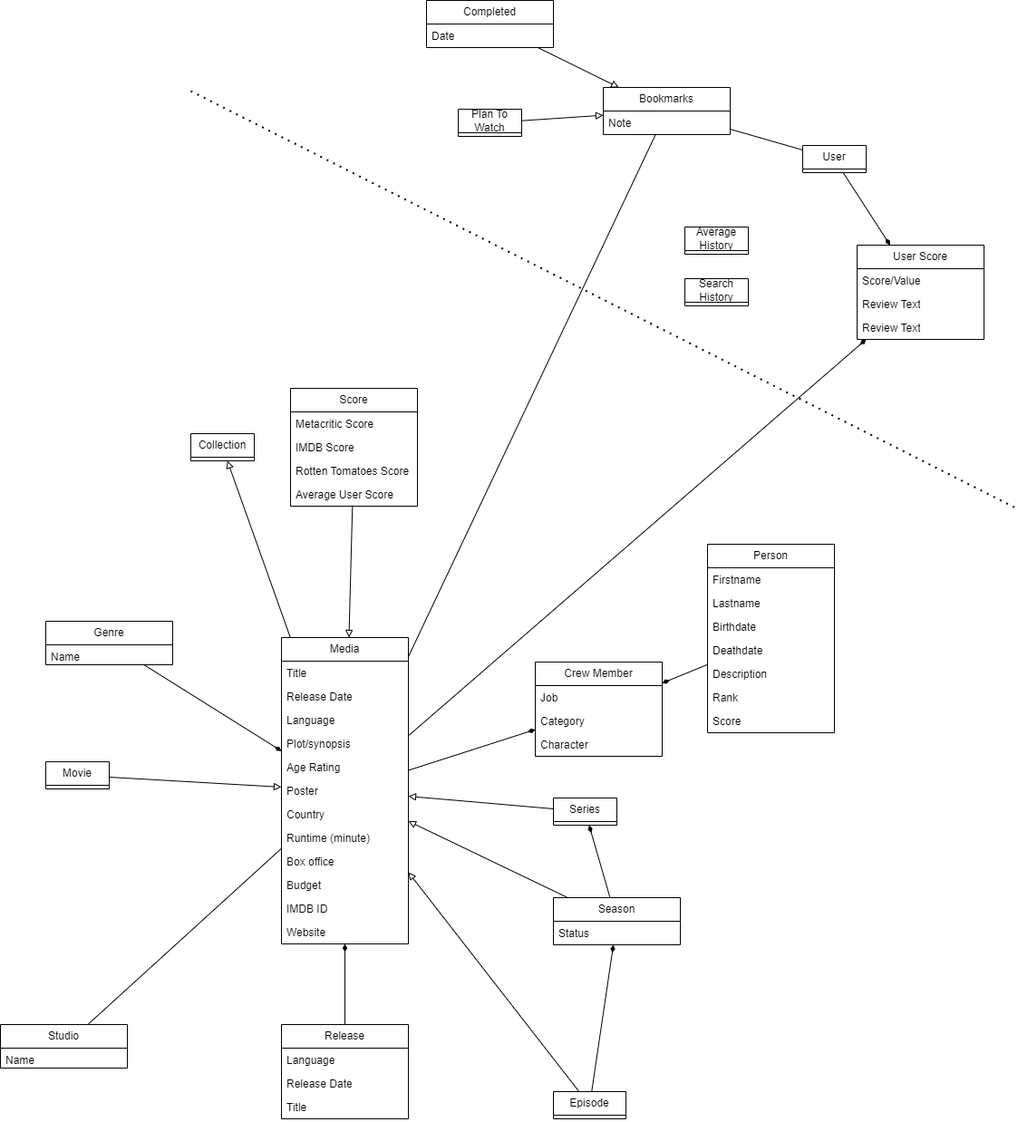
The draw.io diagram domain_model.drawio.png in RUC-MSc-CS-CIT-2024/portfolio_subproject_1, before a commit. Source tidied: cells renumbered, new cells last; positions are measured from the earlier drawing's top-left corner, leaving out a move shared by most shapes.
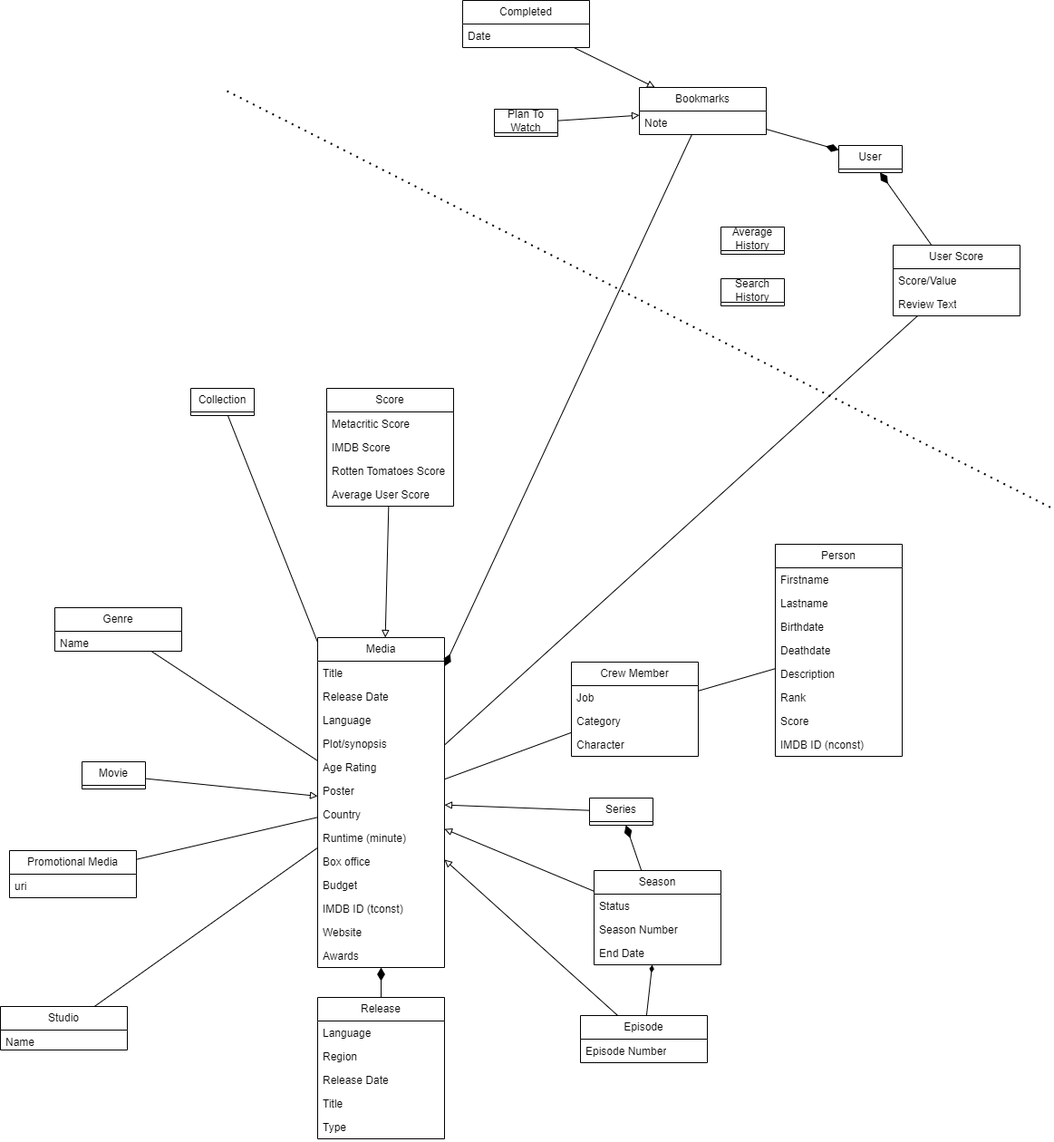
The same diagram one commit later.

The edit, as a diff of the source:
```diff
@@ -2,17 +2,17 @@
   <root>
     <mxCell id="0" />
     <mxCell id="1" parent="0" />
-    <mxCell id="2" style="rounded=0;jettySize=auto;html=1;endArrow=block;endFill=0;" parent="1" edge="1" source="5" target="40">
+    <mxCell id="2" style="rounded=0;jettySize=auto;html=1;endArrow=none;endFill=0;endSize=12;" parent="1" edge="1" source="5" target="40">
       <mxGeometry relative="1" as="geometry" />
     </mxCell>
-    <mxCell id="3" style="rounded=0;jettySize=auto;html=1;endArrow=diamondThin;endFill=1;" parent="1" edge="1" source="5" target="56">
+    <mxCell id="3" style="rounded=0;jettySize=auto;html=1;endArrow=none;endFill=0;" parent="1" edge="1" source="5" target="56">
       <mxGeometry relative="1" as="geometry" />
     </mxCell>
-    <mxCell id="4" style="rounded=0;jettySize=auto;html=1;endArrow=diamondThin;endFill=1;" parent="1" edge="1" source="5" target="62">
+    <mxCell id="4" style="rounded=0;jettySize=auto;html=1;endArrow=none;endFill=0;" parent="1" edge="1" source="5" target="62">
       <mxGeometry relative="1" as="geometry" />
     </mxCell>
     <mxCell id="5" value="Media" style="swimlane;fontStyle=0;horizontal=1;startSize=26;fillColor=none;whiteSpace=wrap;html=1;" parent="1" vertex="1">
-      <mxGeometry x="310" y="703" width="140" height="338" as="geometry" />
+      <mxGeometry x="310" y="703" width="140" height="364" as="geometry" />
     </mxCell>
     <mxCell id="6" value="Title" style="text;strokeColor=none;fillColor=none;align=left;verticalAlign=top;spacingLeft=4;spacingRight=4;overflow=hidden;whiteSpace=wrap;html=1;" parent="5" vertex="1">
       <mxGeometry y="26" width="140" height="26" as="geometry" />
@@ -44,12 +44,15 @@
     <mxCell id="15" value="Budget" style="text;strokeColor=none;fillColor=none;align=left;verticalAlign=top;spacingLeft=4;spacingRight=4;overflow=hidden;whiteSpace=wrap;html=1;" parent="5" vertex="1">
       <mxGeometry y="260" width="140" height="26" as="geometry" />
     </mxCell>
-    <mxCell id="16" value="IMDB ID" style="text;strokeColor=none;fillColor=none;align=left;verticalAlign=top;spacingLeft=4;spacingRight=4;overflow=hidden;whiteSpace=wrap;html=1;" parent="5" vertex="1">
+    <mxCell id="16" value="IMDB ID (tconst)" style="text;strokeColor=none;fillColor=none;align=left;verticalAlign=top;spacingLeft=4;spacingRight=4;overflow=hidden;whiteSpace=wrap;html=1;" parent="5" vertex="1">
       <mxGeometry y="286" width="140" height="26" as="geometry" />
     </mxCell>
     <mxCell id="17" value="Website" style="text;strokeColor=none;fillColor=none;align=left;verticalAlign=top;spacingLeft=4;spacingRight=4;overflow=hidden;whiteSpace=wrap;html=1;" parent="5" vertex="1">
       <mxGeometry y="312" width="140" height="26" as="geometry" />
     </mxCell>
+    <mxCell id="78" value="Awards" style="text;strokeColor=none;fillColor=none;align=left;verticalAlign=top;spacingLeft=4;spacingRight=4;overflow=hidden;whiteSpace=wrap;html=1;" parent="5" vertex="1">
+      <mxGeometry y="338" width="140" height="26" as="geometry" />
+    </mxCell>
     <mxCell id="18" style="rounded=0;jettySize=auto;html=1;endArrow=block;endFill=0;" parent="1" edge="1" source="19" target="5">
       <mxGeometry relative="1" as="geometry" />
     </mxCell>
@@ -62,68 +65,83 @@
     <mxCell id="21" value="Series" style="swimlane;fontStyle=0;horizontal=1;startSize=26;fillColor=none;whiteSpace=wrap;html=1;" parent="1" vertex="1" collapsed="1">
       <mxGeometry x="610" y="880" width="70" height="30" as="geometry" />
     </mxCell>
-    <mxCell id="22" style="rounded=0;jettySize=auto;html=1;endArrow=diamondThin;endFill=1;" parent="1" edge="1" source="24" target="21">
+    <mxCell id="22" style="rounded=0;jettySize=auto;html=1;endArrow=diamondThin;endFill=1;endSize=12;" parent="1" edge="1" source="24" target="21">
       <mxGeometry relative="1" as="geometry" />
     </mxCell>
     <mxCell id="23" style="rounded=0;jettySize=auto;html=1;endArrow=block;endFill=0;" parent="1" edge="1" source="24" target="5">
       <mxGeometry relative="1" as="geometry" />
     </mxCell>
     <mxCell id="24" value="Season" style="swimlane;fontStyle=0;horizontal=1;startSize=26;fillColor=none;whiteSpace=wrap;html=1;" parent="1" vertex="1">
-      <mxGeometry x="610" y="990" width="140" height="52" as="geometry" />
+      <mxGeometry x="615" y="960" width="140" height="104" as="geometry" />
     </mxCell>
     <mxCell id="25" value="Status" style="text;strokeColor=none;fillColor=none;align=left;verticalAlign=top;spacingLeft=4;spacingRight=4;overflow=hidden;whiteSpace=wrap;html=1;" parent="24" vertex="1">
       <mxGeometry y="26" width="140" height="26" as="geometry" />
     </mxCell>
+    <mxCell id="79" value="Season Number" style="text;strokeColor=none;fillColor=none;align=left;verticalAlign=top;spacingLeft=4;spacingRight=4;overflow=hidden;whiteSpace=wrap;html=1;" parent="24" vertex="1">
+      <mxGeometry y="52" width="140" height="26" as="geometry" />
+    </mxCell>
+    <mxCell id="80" value="End Date" style="text;strokeColor=none;fillColor=none;align=left;verticalAlign=top;spacingLeft=4;spacingRight=4;overflow=hidden;whiteSpace=wrap;html=1;" parent="24" vertex="1">
+      <mxGeometry y="78" width="140" height="26" as="geometry" />
+    </mxCell>
     <mxCell id="26" style="rounded=0;jettySize=auto;html=1;endArrow=block;endFill=0;" parent="1" edge="1" source="28" target="5">
       <mxGeometry relative="1" as="geometry" />
     </mxCell>
     <mxCell id="27" style="rounded=0;jettySize=auto;html=1;endArrow=diamondThin;endFill=1;" parent="1" edge="1" source="28" target="24">
       <mxGeometry relative="1" as="geometry" />
     </mxCell>
-    <mxCell id="28" value="Episode" style="swimlane;fontStyle=0;horizontal=1;startSize=26;fillColor=none;whiteSpace=wrap;html=1;" parent="1" vertex="1" collapsed="1">
-      <mxGeometry x="610" y="1204" width="80" height="30" as="geometry" />
+    <mxCell id="28" value="Episode" style="swimlane;fontStyle=0;horizontal=1;startSize=26;fillColor=none;whiteSpace=wrap;html=1;" parent="1" vertex="1">
+      <mxGeometry x="600" y="1120" width="140" height="52" as="geometry" />
     </mxCell>
+    <mxCell id="81" value="Episode Number" style="text;strokeColor=none;fillColor=none;align=left;verticalAlign=top;spacingLeft=4;spacingRight=4;overflow=hidden;whiteSpace=wrap;html=1;" parent="28" vertex="1">
+      <mxGeometry y="26" width="140" height="26" as="geometry" />
+    </mxCell>
-    <mxCell id="29" style="rounded=0;jettySize=auto;html=1;endArrow=diamondThin;endFill=1;" parent="1" edge="1" source="30" target="5">
+    <mxCell id="29" style="rounded=0;jettySize=auto;html=1;endArrow=none;endFill=0;" parent="1" edge="1" source="30" target="5">
       <mxGeometry relative="1" as="geometry" />
     </mxCell>
     <mxCell id="30" value="Genre" style="swimlane;fontStyle=0;horizontal=1;startSize=26;fillColor=none;whiteSpace=wrap;html=1;" parent="1" vertex="1">
-      <mxGeometry x="50" y="685" width="140" height="48" as="geometry" />
+      <mxGeometry x="20" y="670" width="140" height="48" as="geometry" />
     </mxCell>
     <mxCell id="31" value="Name" style="text;strokeColor=none;fillColor=none;align=left;verticalAlign=top;spacingLeft=4;spacingRight=4;overflow=hidden;whiteSpace=wrap;html=1;" parent="30" vertex="1">
       <mxGeometry y="26" width="140" height="22" as="geometry" />
     </mxCell>
-    <mxCell id="32" style="rounded=0;jettySize=auto;html=1;endArrow=diamondThin;endFill=1;" parent="1" edge="1" source="33" target="5">
+    <mxCell id="32" style="rounded=0;jettySize=auto;html=1;endArrow=diamondThin;endFill=1;endSize=12;" parent="1" edge="1" source="33" target="5">
       <mxGeometry relative="1" as="geometry" />
     </mxCell>
     <mxCell id="33" value="Release" style="swimlane;fontStyle=0;horizontal=1;startSize=26;fillColor=none;whiteSpace=wrap;html=1;" parent="1" vertex="1">
-      <mxGeometry x="310" y="1130" width="140" height="104" as="geometry" />
+      <mxGeometry x="310" y="1100" width="140" height="156" as="geometry" />
     </mxCell>
     <mxCell id="34" value="Language" style="text;strokeColor=none;fillColor=none;align=left;verticalAlign=top;spacingLeft=4;spacingRight=4;overflow=hidden;whiteSpace=wrap;html=1;" parent="33" vertex="1">
       <mxGeometry y="26" width="140" height="26" as="geometry" />
     </mxCell>
+    <mxCell id="82" value="Region" style="text;strokeColor=none;fillColor=none;align=left;verticalAlign=top;spacingLeft=4;spacingRight=4;overflow=hidden;whiteSpace=wrap;html=1;" parent="33" vertex="1">
+      <mxGeometry y="52" width="140" height="26" as="geometry" />
+    </mxCell>
     <mxCell id="35" value="Release Date" style="text;strokeColor=none;fillColor=none;align=left;verticalAlign=top;spacingLeft=4;spacingRight=4;overflow=hidden;whiteSpace=wrap;html=1;" parent="33" vertex="1">
-      <mxGeometry y="52" width="140" height="26" as="geometry" />
+      <mxGeometry y="78" width="140" height="26" as="geometry" />
     </mxCell>
     <mxCell id="36" value="Title" style="text;strokeColor=none;fillColor=none;align=left;verticalAlign=top;spacingLeft=4;spacingRight=4;overflow=hidden;whiteSpace=wrap;html=1;" parent="33" vertex="1">
-      <mxGeometry y="78" width="140" height="26" as="geometry" />
+      <mxGeometry y="104" width="140" height="26" as="geometry" />
     </mxCell>
+    <mxCell id="83" value="Type" style="text;strokeColor=none;fillColor=none;align=left;verticalAlign=top;spacingLeft=4;spacingRight=4;overflow=hidden;whiteSpace=wrap;html=1;" parent="33" vertex="1">
+      <mxGeometry y="130" width="140" height="26" as="geometry" />
+    </mxCell>
     <mxCell id="37" style="rounded=0;jettySize=auto;html=1;endArrow=none;endFill=0;" parent="1" edge="1" source="38" target="5">
       <mxGeometry relative="1" as="geometry" />
     </mxCell>
     <mxCell id="38" value="Studio" style="swimlane;fontStyle=0;horizontal=1;startSize=26;fillColor=none;whiteSpace=wrap;html=1;" parent="1" vertex="1">
-      <mxGeometry y="1130" width="140" height="48" as="geometry" />
+      <mxGeometry x="-40" y="1110" width="140" height="48" as="geometry" />
     </mxCell>
     <mxCell id="39" value="Name" style="text;strokeColor=none;fillColor=none;align=left;verticalAlign=top;spacingLeft=4;spacingRight=4;overflow=hidden;whiteSpace=wrap;html=1;" parent="38" vertex="1">
       <mxGeometry y="26" width="140" height="22" as="geometry" />
     </mxCell>
     <mxCell id="40" value="Collection" style="swimlane;fontStyle=0;horizontal=1;startSize=26;fillColor=none;whiteSpace=wrap;html=1;" parent="1" vertex="1" collapsed="1">
-      <mxGeometry x="210" y="478" width="70" height="30" as="geometry" />
+      <mxGeometry x="170" y="428" width="70" height="30" as="geometry" />
     </mxCell>
-    <mxCell id="41" style="rounded=0;jettySize=auto;html=1;endArrow=diamondThin;endFill=1;" parent="1" edge="1" source="42" target="62">
+    <mxCell id="41" style="rounded=0;jettySize=auto;html=1;endArrow=none;endFill=0;" parent="1" edge="1" source="42" target="62">
       <mxGeometry relative="1" as="geometry" />
     </mxCell>
     <mxCell id="42" value="Person" style="swimlane;fontStyle=0;horizontal=1;startSize=26;fillColor=none;whiteSpace=wrap;html=1;" parent="1" vertex="1">
-      <mxGeometry x="780" y="600" width="140" height="208" as="geometry" />
+      <mxGeometry x="815" y="600" width="140" height="234" as="geometry" />
     </mxCell>
     <mxCell id="43" value="Firstname" style="text;strokeColor=none;fillColor=none;align=left;verticalAlign=top;spacingLeft=4;spacingRight=4;overflow=hidden;whiteSpace=wrap;html=1;" parent="42" vertex="1">
       <mxGeometry y="26" width="140" height="26" as="geometry" />
@@ -146,6 +164,9 @@
     <mxCell id="49" value="Score" style="text;strokeColor=none;fillColor=none;align=left;verticalAlign=top;spacingLeft=4;spacingRight=4;overflow=hidden;whiteSpace=wrap;html=1;" parent="42" vertex="1">
       <mxGeometry y="182" width="140" height="26" as="geometry" />
     </mxCell>
+    <mxCell id="84" value="IMDB ID (nconst)" style="text;strokeColor=none;fillColor=none;align=left;verticalAlign=top;spacingLeft=4;spacingRight=4;overflow=hidden;whiteSpace=wrap;html=1;" parent="42" vertex="1">
+      <mxGeometry y="208" width="140" height="26" as="geometry" />
+    </mxCell>
     <mxCell id="50" style="rounded=0;jettySize=auto;html=1;endArrow=block;endFill=0;" parent="1" edge="1" source="51" target="5">
       <mxGeometry relative="1" as="geometry" />
     </mxCell>
@@ -165,7 +186,7 @@
       <mxGeometry y="104" width="140" height="26" as="geometry" />
     </mxCell>
     <mxCell id="56" value="User Score" style="swimlane;fontStyle=0;horizontal=1;startSize=26;fillColor=none;whiteSpace=wrap;html=1;" parent="1" vertex="1">
-      <mxGeometry x="945" y="270" width="140" height="104" as="geometry" />
+      <mxGeometry x="945" y="270" width="140" height="78" as="geometry" />
     </mxCell>
     <mxCell id="57" value="Score/Value" style="text;strokeColor=none;fillColor=none;align=left;verticalAlign=top;spacingLeft=4;spacingRight=4;overflow=hidden;whiteSpace=wrap;html=1;" parent="56" vertex="1">
       <mxGeometry y="26" width="140" height="26" as="geometry" />
@@ -173,10 +194,7 @@
     <mxCell id="58" value="Review Text" style="text;strokeColor=none;fillColor=none;align=left;verticalAlign=top;spacingLeft=4;spacingRight=4;overflow=hidden;whiteSpace=wrap;html=1;" parent="56" vertex="1">
       <mxGeometry y="52" width="140" height="26" as="geometry" />
     </mxCell>
-    <mxCell id="59" value="Review Text" style="text;strokeColor=none;fillColor=none;align=left;verticalAlign=top;spacingLeft=4;spacingRight=4;overflow=hidden;whiteSpace=wrap;html=1;" parent="56" vertex="1">
-      <mxGeometry y="78" width="140" height="26" as="geometry" />
-    </mxCell>
-    <mxCell id="60" style="rounded=0;jettySize=auto;html=1;endArrow=diamondThin;endFill=1;" parent="1" edge="1" source="61" target="56">
+    <mxCell id="60" style="rounded=0;jettySize=auto;html=1;endArrow=none;endFill=0;startArrow=diamondThin;startFill=1;startSize=12;" parent="1" edge="1" source="61" target="56">
       <mxGeometry relative="1" as="geometry" />
     </mxCell>
     <mxCell id="61" value="User" style="swimlane;fontStyle=0;horizontal=1;startSize=26;fillColor=none;whiteSpace=wrap;html=1;" parent="1" vertex="1" collapsed="1">
@@ -194,10 +212,10 @@
     <mxCell id="65" value="Character" style="text;strokeColor=none;fillColor=none;align=left;verticalAlign=top;spacingLeft=4;spacingRight=4;overflow=hidden;whiteSpace=wrap;html=1;" parent="62" vertex="1">
       <mxGeometry y="78" width="140" height="26" as="geometry" />
     </mxCell>
-    <mxCell id="66" style="rounded=0;jettySize=auto;html=1;endArrow=none;endFill=0;" parent="1" edge="1" source="68" target="5">
+    <mxCell id="66" style="rounded=0;jettySize=auto;html=1;endArrow=diamondThin;endFill=1;startArrow=none;startFill=0;endSize=12;" parent="1" edge="1" source="68" target="5">
       <mxGeometry relative="1" as="geometry" />
     </mxCell>
-    <mxCell id="67" style="rounded=0;jettySize=auto;html=1;endArrow=none;endFill=0;" parent="1" edge="1" source="68" target="61">
+    <mxCell id="67" style="rounded=0;jettySize=auto;html=1;endArrow=diamondThin;endFill=1;startSize=6;endSize=12;" parent="1" edge="1" source="68" target="61">
       <mxGeometry relative="1" as="geometry" />
     </mxCell>
     <mxCell id="68" value="Bookmarks" style="swimlane;fontStyle=0;horizontal=1;startSize=26;fillColor=none;whiteSpace=wrap;html=1;" parent="1" vertex="1">
@@ -233,5 +251,14 @@
         <mxPoint x="1120" y="560" as="targetPoint" />
       </mxGeometry>
     </mxCell>
+    <mxCell id="85" style="edgeStyle=none;html=1;startArrow=none;startFill=0;endArrow=none;endFill=0;startSize=6;endSize=12;" parent="1" edge="1" source="86" target="5">
+      <mxGeometry relative="1" as="geometry" />
+    </mxCell>
+    <mxCell id="86" value="Promotional Media" style="swimlane;fontStyle=0;horizontal=1;startSize=26;fillColor=none;whiteSpace=wrap;html=1;" parent="1" vertex="1">
+      <mxGeometry x="-30" y="938" width="140" height="52" as="geometry" />
+    </mxCell>
+    <mxCell id="87" value="uri" style="text;strokeColor=none;fillColor=none;align=left;verticalAlign=top;spacingLeft=4;spacingRight=4;overflow=hidden;whiteSpace=wrap;html=1;" parent="86" vertex="1">
+      <mxGeometry y="26" width="140" height="26" as="geometry" />
+    </mxCell>
   </root>
 </mxGraphModel>
```
